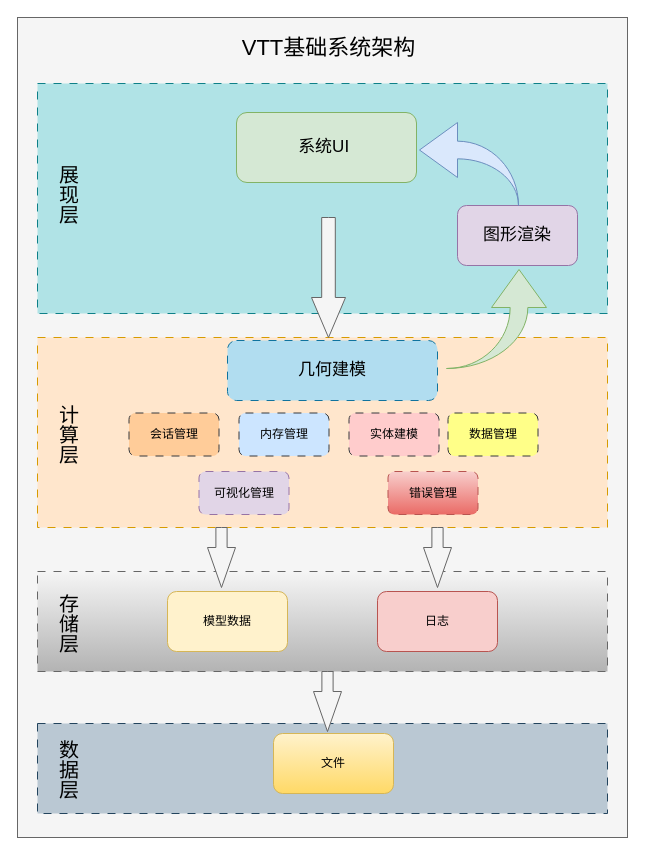
Above: ISV系统架构.drawio in jiangyu945/Doc (draw.io), before the change. Source tidied: cells renumbered, new cells numbered last; positions are measured from the earlier drawing's top-left corner, leaving out a move shared by most shapes. Both pictures are drawn from the tidied source at 100%, with x=0, y=0 at pixel (17, 17).
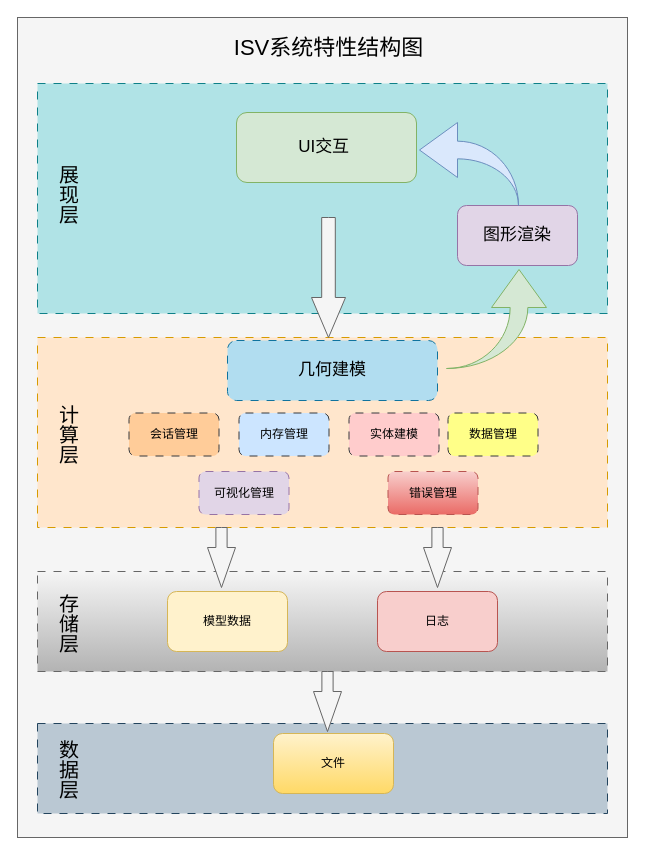
The same diagram, later.

Diff of the diagram source:
```diff
@@
-    <mxCell id="7" value="&lt;font style=&quot;font-size: 17px;&quot;&gt;系统UI&amp;nbsp;&lt;/font&gt;" style="rounded=1;whiteSpace=wrap;html=1;fillColor=#d5e8d4;strokeColor=#82b366;" parent="1" vertex="1">
+    <mxCell id="7" value="&lt;font style=&quot;font-size: 17px;&quot;&gt;UI交互&amp;nbsp;&lt;/font&gt;" style="rounded=1;whiteSpace=wrap;html=1;fillColor=#d5e8d4;strokeColor=#82b366;" parent="1" vertex="1">
       <mxGeometry x="219" y="95" width="180" height="70" as="geometry" />
     </mxCell>
@@
-    <mxCell id="23" value="&lt;font style=&quot;font-size: 22px;&quot;&gt;VTT基础系统架构&lt;/font&gt;" style="text;html=1;align=center;verticalAlign=middle;whiteSpace=wrap;rounded=0;" parent="1" vertex="1">
+    <mxCell id="23" value="&lt;font style=&quot;font-size: 22px;&quot;&gt;ISV系统特性结构图&lt;/font&gt;" style="text;html=1;align=center;verticalAlign=middle;whiteSpace=wrap;rounded=0;" parent="1" vertex="1">
       <mxGeometry x="201.5" y="16" width="219" height="30" as="geometry" />
     </mxCell>
```
